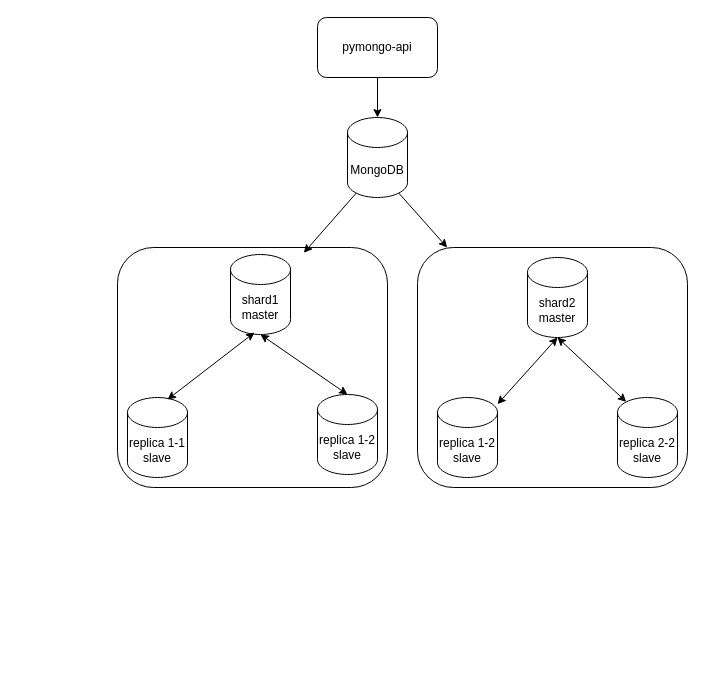
This is docs/task_1/task_1_part_2.drawio.xml from vazgen3k/architecture-black_friday, a draw.io file, before an edit. Source tidied: cells renumbered, new cells numbered last; positions are measured from the earlier drawing's top-left corner, leaving out a move shared by most shapes. Both pictures are drawn from the tidied source at 100%, with x=0, y=0 at pixel (117, 17).
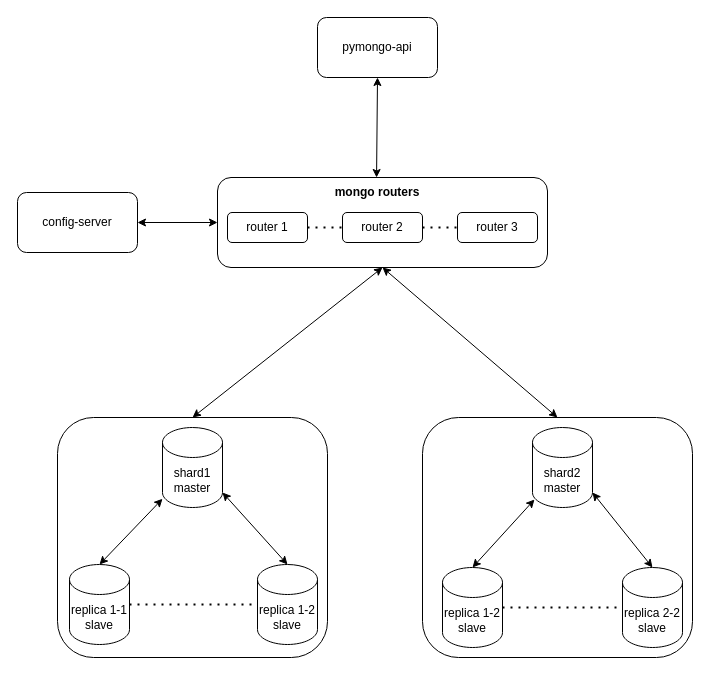
The same diagram, later.

The edit, as a diff of the source:
```diff
@@
+    <mxCell id="5" value="pymongo-api" style="rounded=1;whiteSpace=wrap;html=1;" parent="1" vertex="1">
+      <mxGeometry x="200" width="120" height="60" as="geometry" />
+    </mxCell>
+    <mxCell id="19" value="config-server" style="rounded=1;whiteSpace=wrap;html=1;" parent="1" vertex="1">
+      <mxGeometry x="-100" y="175" width="120" height="60" as="geometry" />
+    </mxCell>
+    <mxCell id="20" style="endArrow=classic;startArrow=classic;html=1;rounded=0;exitX=0.482;exitY=0;exitDx=0;exitDy=0;entryX=0.5;entryY=1;entryDx=0;entryDy=0;exitPerimeter=0;" parent="1" edge="1" source="21" target="5">
+      <mxGeometry relative="1" as="geometry" />
+    </mxCell>
+    <mxCell id="21" style="rounded=1;whiteSpace=wrap;html=1;" parent="1" vertex="1">
+      <mxGeometry x="100" y="160" width="330" height="90" as="geometry" />
+    </mxCell>
+    <mxCell id="22" value="&lt;b&gt;mongo routers&lt;/b&gt;" style="text;html=1;whiteSpace=wrap;strokeColor=none;fillColor=none;align=center;verticalAlign=middle;rounded=0;" parent="1" vertex="1">
+      <mxGeometry x="200" y="160" width="120" height="30" as="geometry" />
+    </mxCell>
+    <mxCell id="23" value="router 1" style="rounded=1;whiteSpace=wrap;html=1;" parent="1" vertex="1">
+      <mxGeometry x="110" y="195" width="80" height="30" as="geometry" />
+    </mxCell>
+    <mxCell id="24" value="router 2" style="rounded=1;whiteSpace=wrap;html=1;" parent="1" vertex="1">
+      <mxGeometry x="225" y="195" width="80" height="30" as="geometry" />
+    </mxCell>
+    <mxCell id="25" value="router 3" style="rounded=1;whiteSpace=wrap;html=1;" parent="1" vertex="1">
+      <mxGeometry x="340" y="195" width="80" height="30" as="geometry" />
+    </mxCell>
+    <mxCell id="26" style="endArrow=none;dashed=1;html=1;dashPattern=1 3;strokeWidth=2;rounded=0;exitX=1;exitY=0.5;exitDx=0;exitDy=0;entryX=0;entryY=0.5;entryDx=0;entryDy=0;" parent="1" edge="1" source="23" target="24">
+      <mxGeometry relative="1" as="geometry" />
+    </mxCell>
+    <mxCell id="27" style="endArrow=none;dashed=1;html=1;dashPattern=1 3;strokeWidth=2;rounded=0;exitX=1;exitY=0.5;exitDx=0;exitDy=0;entryX=0;entryY=0.5;entryDx=0;entryDy=0;" parent="1" edge="1" source="24" target="25">
+      <mxGeometry relative="1" as="geometry" />
+    </mxCell>
+    <mxCell id="28" style="endArrow=classic;startArrow=classic;html=1;rounded=0;exitX=1;exitY=0.5;exitDx=0;exitDy=0;entryX=0;entryY=0.5;entryDx=0;entryDy=0;" parent="1" edge="1" source="19" target="21">
+      <mxGeometry relative="1" as="geometry" />
+    </mxCell>
+    <mxCell id="29" style="group;" parent="1" vertex="1">
+      <mxGeometry x="305" y="400" width="270" height="240" as="geometry" />
+    </mxCell>
-    <mxCell id="2" style="rounded=1;whiteSpace=wrap;html=1;" parent="1" vertex="1">
-      <mxGeometry x="300" y="230" width="270" height="240" as="geometry" />
+    <mxCell id="2" style="rounded=1;whiteSpace=wrap;html=1;" parent="29" vertex="1">
+      <mxGeometry width="270" height="240" as="geometry" />
     </mxCell>
-    <mxCell id="3" value="MongoDB" style="shape=cylinder3;whiteSpace=wrap;html=1;boundedLbl=1;backgroundOutline=1;size=15;" parent="1" vertex="1">
-      <mxGeometry x="230" y="100" width="60" height="80" as="geometry" />
-    </mxCell>
-    <mxCell id="4" style="edgeStyle=orthogonalEdgeStyle;rounded=0;jettySize=auto;html=1;" parent="1" edge="1" source="5" target="3">
-      <mxGeometry relative="1" as="geometry" />
-    </mxCell>
-    <mxCell id="5" value="pymongo-api" style="rounded=1;whiteSpace=wrap;html=1;" parent="1" vertex="1">
-      <mxGeometry x="200" width="120" height="60" as="geometry" />
-    </mxCell>
-    <mxCell id="6" style="rounded=1;whiteSpace=wrap;html=1;" parent="1" vertex="1">
-      <mxGeometry y="230" width="270" height="240" as="geometry" />
-    </mxCell>
-    <mxCell id="7" value="shard1&lt;div&gt;master&lt;/div&gt;" style="shape=cylinder3;whiteSpace=wrap;html=1;boundedLbl=1;backgroundOutline=1;size=15;" parent="1" vertex="1">
-      <mxGeometry x="113" y="237" width="60" height="80" as="geometry" />
-    </mxCell>
-    <mxCell id="8" value="shard2&lt;div&gt;master&lt;/div&gt;" style="shape=cylinder3;whiteSpace=wrap;html=1;boundedLbl=1;backgroundOutline=1;size=15;" parent="1" vertex="1">
-      <mxGeometry x="410" y="240" width="60" height="80" as="geometry" />
+    <mxCell id="8" value="shard2&lt;div&gt;master&lt;/div&gt;" style="shape=cylinder3;whiteSpace=wrap;html=1;boundedLbl=1;backgroundOutline=1;size=15;" parent="29" vertex="1">
+      <mxGeometry x="110" y="10" width="60" height="80" as="geometry" />
     </mxCell>
-    <mxCell id="9" style="endArrow=classic;html=1;rounded=0;exitX=0.145;exitY=1;exitDx=0;exitDy=-4.35;exitPerimeter=0;entryX=0.69;entryY=0.022;entryDx=0;entryDy=0;entryPerimeter=0;" parent="1" edge="1" source="3" target="6">
-      <mxGeometry relative="1" as="geometry" />
-    </mxCell>
-    <mxCell id="10" style="endArrow=classic;html=1;rounded=0;exitX=0.855;exitY=1;exitDx=0;exitDy=-4.35;exitPerimeter=0;entryX=0.11;entryY=0;entryDx=0;entryDy=0;entryPerimeter=0;" parent="1" edge="1" source="3" target="2">
-      <mxGeometry relative="1" as="geometry" />
-    </mxCell>
-    <mxCell id="11" value="replica 1-2&lt;div&gt;slave&lt;/div&gt;" style="shape=cylinder3;whiteSpace=wrap;html=1;boundedLbl=1;backgroundOutline=1;size=15;" parent="1" vertex="1">
-      <mxGeometry x="320" y="380" width="60" height="80" as="geometry" />
+    <mxCell id="11" value="replica 1-2&lt;div&gt;slave&lt;/div&gt;" style="shape=cylinder3;whiteSpace=wrap;html=1;boundedLbl=1;backgroundOutline=1;size=15;" parent="29" vertex="1">
+      <mxGeometry x="20" y="150" width="60" height="80" as="geometry" />
     </mxCell>
-    <mxCell id="12" value="replica 2-2&lt;div&gt;slave&lt;/div&gt;" style="shape=cylinder3;whiteSpace=wrap;html=1;boundedLbl=1;backgroundOutline=1;size=15;" parent="1" vertex="1">
-      <mxGeometry x="500" y="380" width="60" height="80" as="geometry" />
+    <mxCell id="12" value="replica 2-2&lt;div&gt;slave&lt;/div&gt;" style="shape=cylinder3;whiteSpace=wrap;html=1;boundedLbl=1;backgroundOutline=1;size=15;" parent="29" vertex="1">
+      <mxGeometry x="200" y="150" width="60" height="80" as="geometry" />
     </mxCell>
-    <mxCell id="13" style="endArrow=classic;startArrow=classic;html=1;rounded=0;entryX=0.5;entryY=1;entryDx=0;entryDy=0;entryPerimeter=0;" parent="1" edge="1" source="11" target="8">
+    <mxCell id="13" style="endArrow=classic;startArrow=classic;html=1;rounded=0;exitX=0.5;exitY=0;exitDx=0;exitDy=0;exitPerimeter=0;entryX=0.033;entryY=0.9;entryDx=0;entryDy=0;entryPerimeter=0;" parent="29" edge="1" source="11" target="8">
       <mxGeometry relative="1" as="geometry" />
     </mxCell>
-    <mxCell id="14" style="endArrow=classic;startArrow=classic;html=1;rounded=0;exitX=0.145;exitY=0;exitDx=0;exitDy=4.35;exitPerimeter=0;entryX=0.5;entryY=1;entryDx=0;entryDy=0;entryPerimeter=0;" parent="1" edge="1" source="12" target="8">
+    <mxCell id="14" style="endArrow=classic;startArrow=classic;html=1;rounded=0;exitX=0.5;exitY=0;exitDx=0;exitDy=0;exitPerimeter=0;entryX=1;entryY=1;entryDx=0;entryDy=-15;entryPerimeter=0;" parent="29" edge="1" source="12" target="8">
       <mxGeometry relative="1" as="geometry" />
     </mxCell>
+    <mxCell id="30" style="endArrow=none;dashed=1;html=1;dashPattern=1 3;strokeWidth=2;rounded=0;exitX=1;exitY=0.5;exitDx=0;exitDy=0;exitPerimeter=0;entryX=0;entryY=0.5;entryDx=0;entryDy=0;entryPerimeter=0;" parent="29" edge="1" source="11" target="12">
+      <mxGeometry relative="1" as="geometry" />
+    </mxCell>
+    <mxCell id="31" style="group;" parent="1" vertex="1">
+      <mxGeometry x="-60" y="400" width="270" height="240" as="geometry" />
+    </mxCell>
+    <mxCell id="6" style="rounded=1;whiteSpace=wrap;html=1;" parent="31" vertex="1">
+      <mxGeometry width="270" height="240" as="geometry" />
+    </mxCell>
+    <mxCell id="7" value="shard1&lt;div&gt;master&lt;/div&gt;" style="shape=cylinder3;whiteSpace=wrap;html=1;boundedLbl=1;backgroundOutline=1;size=15;" parent="31" vertex="1">
+      <mxGeometry x="105" y="10" width="60" height="80" as="geometry" />
+    </mxCell>
-    <mxCell id="15" value="replica 1-1&lt;div&gt;slave&lt;/div&gt;" style="shape=cylinder3;whiteSpace=wrap;html=1;boundedLbl=1;backgroundOutline=1;size=15;" parent="1" vertex="1">
-      <mxGeometry x="10" y="380" width="60" height="80" as="geometry" />
+    <mxCell id="15" value="replica 1-1&lt;div&gt;slave&lt;/div&gt;" style="shape=cylinder3;whiteSpace=wrap;html=1;boundedLbl=1;backgroundOutline=1;size=15;" parent="31" vertex="1">
+      <mxGeometry x="12" y="147" width="60" height="80" as="geometry" />
     </mxCell>
-    <mxCell id="16" value="replica 1-2&lt;div&gt;slave&lt;/div&gt;" style="shape=cylinder3;whiteSpace=wrap;html=1;boundedLbl=1;backgroundOutline=1;size=15;" parent="1" vertex="1">
-      <mxGeometry x="200" y="377" width="60" height="80" as="geometry" />
+    <mxCell id="16" value="replica 1-2&lt;div&gt;slave&lt;/div&gt;" style="shape=cylinder3;whiteSpace=wrap;html=1;boundedLbl=1;backgroundOutline=1;size=15;" parent="31" vertex="1">
+      <mxGeometry x="200" y="147" width="60" height="80" as="geometry" />
     </mxCell>
-    <mxCell id="17" style="endArrow=classic;startArrow=classic;html=1;rounded=0;exitX=0.667;exitY=0.025;exitDx=0;exitDy=0;exitPerimeter=0;entryX=0.4;entryY=0.975;entryDx=0;entryDy=0;entryPerimeter=0;" parent="1" edge="1" source="15" target="7">
+    <mxCell id="17" style="endArrow=classic;startArrow=classic;html=1;rounded=0;exitX=0.5;exitY=0;exitDx=0;exitDy=0;exitPerimeter=0;" parent="31" edge="1" source="15" target="7">
       <mxGeometry relative="1" as="geometry" />
     </mxCell>
-    <mxCell id="18" style="endArrow=classic;startArrow=classic;html=1;rounded=0;exitX=0.5;exitY=0;exitDx=0;exitDy=0;exitPerimeter=0;entryX=0.5;entryY=1;entryDx=0;entryDy=0;entryPerimeter=0;" parent="1" edge="1" source="16" target="7">
+    <mxCell id="18" style="endArrow=classic;startArrow=classic;html=1;rounded=0;exitX=0.5;exitY=0;exitDx=0;exitDy=0;exitPerimeter=0;entryX=1;entryY=1;entryDx=0;entryDy=-15;entryPerimeter=0;" parent="31" edge="1" source="16" target="7">
       <mxGeometry relative="1" as="geometry" />
     </mxCell>
+    <mxCell id="32" style="endArrow=none;dashed=1;html=1;dashPattern=1 3;strokeWidth=2;rounded=0;exitX=1;exitY=0.5;exitDx=0;exitDy=0;exitPerimeter=0;entryX=0;entryY=0.5;entryDx=0;entryDy=0;entryPerimeter=0;" parent="31" edge="1" source="15" target="16">
+      <mxGeometry relative="1" as="geometry" />
+    </mxCell>
+    <mxCell id="33" style="endArrow=classic;startArrow=classic;html=1;rounded=0;exitX=0.5;exitY=0;exitDx=0;exitDy=0;entryX=0.5;entryY=1;entryDx=0;entryDy=0;" parent="1" edge="1" source="6" target="21">
+      <mxGeometry relative="1" as="geometry" />
+    </mxCell>
+    <mxCell id="34" style="endArrow=classic;startArrow=classic;html=1;rounded=0;entryX=0.5;entryY=1;entryDx=0;entryDy=0;exitX=0.5;exitY=0;exitDx=0;exitDy=0;" parent="1" edge="1" source="2" target="21">
+      <mxGeometry relative="1" as="geometry" />
+    </mxCell>
```
